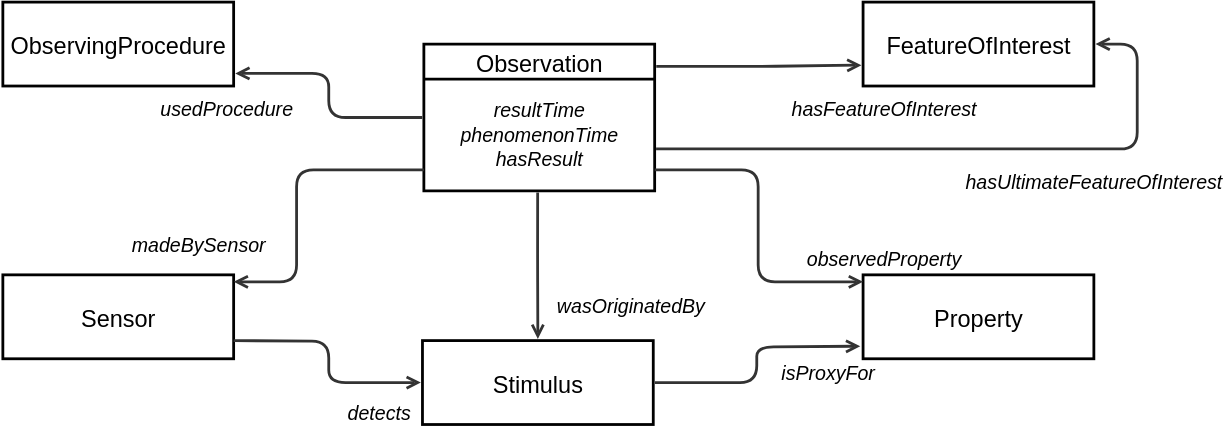
The draw.io diagram ssn/images/Observation-overview.svg in w3c/sdw-sosa-ssn, before a commit. Source tidied: cells renumbered, new cells last; positions are measured from the earlier drawing's top-left corner, leaving out a move shared by most shapes. The source it was exported from:
```xml
<mxGraphModel>
  <root>
    <mxCell id="0" />
    <mxCell id="1" parent="0" />
    <mxCell id="2" value="FeatureOfInterest" style="html=1;overflow=block;blockSpacing=1;whiteSpace=wrap;fontSize=16.8;align=center;spacing=0;strokeOpacity=100;fillColor=none;strokeWidth=2;fontColor=default;convertToSvg=1;" parent="1" vertex="1">
      <mxGeometry x="615" width="165" height="60" as="geometry" />
    </mxCell>
    <mxCell id="3" value="ObservingProcedure" style="html=1;overflow=block;blockSpacing=1;whiteSpace=wrap;fontSize=16.8;align=center;spacing=0;strokeOpacity=100;fillColor=none;strokeWidth=2;fontColor=default;convertToSvg=1;" parent="1" vertex="1">
      <mxGeometry width="165" height="60" as="geometry" />
    </mxCell>
    <mxCell id="4" style="html=1;jettySize=18;whiteSpace=wrap;fontSize=13;strokeColor=#333333;strokeOpacity=100;strokeWidth=2;rounded=1;arcSize=24;edgeStyle=orthogonalEdgeStyle;startArrow=none;endArrow=open;exitX=1.007;exitY=0.152;exitPerimeter=0;entryX=-0.007;entryY=0.751;entryPerimeter=0;lucidId=~07gIvk_i6wY;fontColor=default;convertToSvg=1;" parent="1" edge="1" source="6" target="2">
      <mxGeometry relative="1" as="geometry" />
    </mxCell>
    <mxCell id="5" value="hasFeatureOfInterest" style="html=1;overflow=block;blockSpacing=1;whiteSpace=wrap;fontSize=14;fontColor=default;fontStyle=2;align=center;spacing=0;strokeColor=none;strokeOpacity=100;fillOpacity=100;fillColor=none;strokeWidth=2;lucidId=o17gQQJ62XIS;convertToSvg=1;" parent="1" vertex="1">
      <mxGeometry x="540" y="53" width="180" height="45" as="geometry" />
    </mxCell>
    <mxCell id="6" value="Observation" style="html=1;overflow=block;blockSpacing=1;swimlane;horizontal=1;fontStyle=0;swimlaneFillColor=none;startSize=25;whiteSpace=wrap;fontSize=16.8;align=center;spacing=0;strokeOpacity=100;fillColor=none;strokeWidth=2;fontColor=default;convertToSvg=1;" parent="1" vertex="1">
      <mxGeometry x="301" y="30" width="165" height="105" as="geometry" />
    </mxCell>
    <mxCell id="7" value="&lt;div style=&quot;display: flex; justify-content: center; text-align: center; align-items: baseline; line-height: 1.25; margin-top: -2px;&quot;&gt;&lt;span style=&quot;font-style: italic;&quot;&gt;&lt;font style=&quot;font-size: 14px;&quot;&gt;resultTime&lt;br&gt;&lt;/font&gt;&lt;/span&gt;&lt;/div&gt;&lt;div style=&quot;display: flex; justify-content: center; text-align: center; align-items: baseline; line-height: 1.25; margin-top: -2px;&quot;&gt;&lt;span&gt;&lt;span style=&quot;font-style: italic;&quot;&gt;&lt;font style=&quot;font-size: 14px;&quot;&gt;phenomenonTime&lt;br&gt;&lt;/font&gt;&lt;/span&gt;&lt;/span&gt;&lt;/div&gt;&lt;div style=&quot;display: flex; justify-content: center; text-align: center; align-items: baseline; line-height: 1.25; margin-top: -2px;&quot;&gt;&lt;span style=&quot;font-style: italic;&quot;&gt;&lt;font style=&quot;font-size: 14px;&quot;&gt;hasResult&lt;/font&gt;&lt;/span&gt;&lt;/div&gt;" style="html=1;strokeColor=none;fillColor=none;verticalAlign=middle;spacingLeft=4;spacingRight=4;overflow=hidden;points=[[0,0.5],[1,0.5]];portConstraint=eastwest;swimlaneFillColor=#unset;strokeOpacity=100;whiteSpace=wrap;fontSize=15.2;fontStyle=2;align=center;fontColor=default;convertToSvg=1;strokeWidth=2;" parent="6" vertex="1">
      <mxGeometry y="25" width="165" height="80" as="geometry" />
    </mxCell>
    <mxCell id="8" value="Sensor" style="html=1;overflow=block;blockSpacing=1;whiteSpace=wrap;fontSize=16.8;align=center;spacing=0;strokeOpacity=100;fillColor=none;strokeWidth=2;fontColor=default;convertToSvg=1;" parent="1" vertex="1">
      <mxGeometry y="195" width="165" height="60" as="geometry" />
    </mxCell>
    <mxCell id="9" style="html=1;jettySize=18;whiteSpace=wrap;fontSize=13;strokeColor=#333333;strokeOpacity=100;strokeWidth=2;rounded=1;arcSize=24;edgeStyle=orthogonalEdgeStyle;startArrow=none;endArrow=open;lucidId=pEnhoM4dJrAu;fontColor=default;convertToSvg=1;" parent="1" edge="1" source="7" target="8">
      <mxGeometry relative="1" as="geometry">
        <Array as="points">
          <mxPoint x="210" y="120" />
          <mxPoint x="210" y="200" />
        </Array>
      </mxGeometry>
    </mxCell>
    <mxCell id="10" value="madeBySensor" style="html=1;overflow=block;blockSpacing=1;whiteSpace=wrap;fontSize=14;fontColor=default;fontStyle=2;align=center;spacing=0;strokeColor=none;strokeOpacity=100;fillOpacity=100;fillColor=none;strokeWidth=2;lucidId=REnh4P5LXUKC;convertToSvg=1;" parent="1" vertex="1">
      <mxGeometry x="50" y="150" width="180" height="45" as="geometry" />
    </mxCell>
    <mxCell id="11" style="html=1;jettySize=18;whiteSpace=wrap;fontSize=13;strokeColor=#333333;strokeOpacity=100;strokeWidth=2;rounded=1;arcSize=24;edgeStyle=orthogonalEdgeStyle;startArrow=none;endArrow=open;exitX=-0.007;exitY=0.5;exitPerimeter=0;entryX=1.007;entryY=0.85;entryPerimeter=0;lucidId=_EnhHLSaz8x5;fontColor=default;convertToSvg=1;" parent="1" edge="1" source="6" target="3">
      <mxGeometry relative="1" as="geometry" />
    </mxCell>
    <mxCell id="12" value="usedProcedure" style="html=1;overflow=block;blockSpacing=1;whiteSpace=wrap;fontSize=14;fontColor=default;fontStyle=2;align=center;spacing=0;strokeColor=none;strokeOpacity=100;fillOpacity=100;fillColor=none;strokeWidth=2;lucidId=pFnhXCzcV6r5;convertToSvg=1;" parent="1" vertex="1">
      <mxGeometry x="70" y="53" width="180" height="45" as="geometry" />
    </mxCell>
    <mxCell id="13" value="Property" style="html=1;overflow=block;blockSpacing=1;whiteSpace=wrap;fontSize=16.8;align=center;spacing=0;strokeOpacity=100;fillColor=none;strokeWidth=2;fontColor=default;convertToSvg=1;" parent="1" vertex="1">
      <mxGeometry x="615" y="195" width="165" height="60" as="geometry" />
    </mxCell>
    <mxCell id="14" style="html=1;jettySize=18;whiteSpace=wrap;fontSize=13;strokeColor=#333333;strokeOpacity=100;strokeWidth=2;rounded=1;arcSize=24;edgeStyle=orthogonalEdgeStyle;startArrow=none;endArrow=open;lucidId=rHnhzhYCxNac;fontColor=default;convertToSvg=1;" parent="1" edge="1" source="7" target="13">
      <mxGeometry relative="1" as="geometry">
        <Array as="points">
          <mxPoint x="540" y="120" />
          <mxPoint x="540" y="200" />
        </Array>
      </mxGeometry>
    </mxCell>
    <mxCell id="15" value="observedProperty" style="html=1;overflow=block;blockSpacing=1;whiteSpace=wrap;fontSize=14;fontColor=default;fontStyle=2;align=center;spacing=0;strokeColor=none;strokeOpacity=100;fillOpacity=100;fillColor=none;strokeWidth=2;lucidId=uHnhI1piTKAt;convertToSvg=1;" parent="1" vertex="1">
      <mxGeometry x="540" y="160" width="180" height="45" as="geometry" />
    </mxCell>
    <mxCell id="16" value="hasUltimateFeatureOfInterest" style="html=1;overflow=block;blockSpacing=1;whiteSpace=wrap;fontSize=14;fontColor=default;fontStyle=2;align=center;spacing=0;strokeColor=none;strokeOpacity=100;fillOpacity=100;fillColor=none;strokeWidth=2;lucidId=6BohEpO367qT;convertToSvg=1;" parent="1" vertex="1">
      <mxGeometry x="690" y="105" width="180" height="45" as="geometry" />
    </mxCell>
    <mxCell id="17" style="html=1;jettySize=18;whiteSpace=wrap;fontSize=13;strokeColor=#333333;strokeOpacity=100;strokeWidth=2;rounded=1;arcSize=24;edgeStyle=orthogonalEdgeStyle;startArrow=none;endArrow=open;entryX=1.007;entryY=0.5;entryPerimeter=0;lucidId=6BohYQ~8N4yf;fontColor=default;convertToSvg=1;" parent="1" edge="1" target="2">
      <mxGeometry relative="1" as="geometry">
        <mxPoint x="467" y="105" as="sourcePoint" />
        <Array as="points">
          <mxPoint x="811" y="105" />
          <mxPoint x="811" y="30" />
        </Array>
      </mxGeometry>
    </mxCell>
    <mxCell id="18" value="Stimulus" style="html=1;overflow=block;blockSpacing=1;whiteSpace=wrap;fontSize=16.8;align=center;spacing=0;strokeOpacity=100;fillColor=none;strokeWidth=2;fontColor=default;convertToSvg=1;" parent="1" vertex="1">
      <mxGeometry x="300" y="242" width="165" height="60" as="geometry" />
    </mxCell>
    <mxCell id="19" style="html=1;jettySize=18;whiteSpace=wrap;fontSize=13;strokeColor=#333333;strokeOpacity=100;strokeWidth=2;rounded=1;arcSize=24;edgeStyle=orthogonalEdgeStyle;startArrow=none;endArrow=open;exitX=0.493;exitY=1.011;exitPerimeter=0;entryX=0.5;entryY=-0.019;entryPerimeter=0;lucidId=GVGifJTZcuMY;fontColor=default;convertToSvg=1;" parent="1" edge="1" source="6" target="18">
      <mxGeometry relative="1" as="geometry" />
    </mxCell>
    <mxCell id="20" style="html=1;jettySize=18;whiteSpace=wrap;fontSize=13;strokeColor=#333333;strokeOpacity=100;strokeWidth=2;rounded=1;arcSize=24;edgeStyle=orthogonalEdgeStyle;startArrow=none;endArrow=open;entryX=-0.007;entryY=0.5;entryPerimeter=0;lucidId=GVGiPQym3tr0;fontColor=default;convertToSvg=1;" parent="1" edge="1" target="18">
      <mxGeometry relative="1" as="geometry">
        <mxPoint x="165" y="242" as="sourcePoint" />
      </mxGeometry>
    </mxCell>
    <mxCell id="21" value="wasOriginatedBy" style="html=1;overflow=block;blockSpacing=1;whiteSpace=wrap;fontSize=14;fontColor=default;fontStyle=2;align=center;spacing=0;strokeColor=none;strokeOpacity=100;fillOpacity=100;fillColor=none;strokeWidth=2;lucidId=GVGibzVyvxxc;convertToSvg=1;" parent="1" vertex="1">
      <mxGeometry x="359" y="194" width="180" height="45" as="geometry" />
    </mxCell>
    <mxCell id="22" value="detects" style="html=1;overflow=block;blockSpacing=1;whiteSpace=wrap;fontSize=14;fontColor=default;fontStyle=2;align=center;spacing=0;strokeColor=none;strokeOpacity=100;fillOpacity=100;fillColor=none;strokeWidth=2;lucidId=GVGija.rCsO8;convertToSvg=1;" parent="1" vertex="1">
      <mxGeometry x="179" y="270" width="180" height="45" as="geometry" />
    </mxCell>
    <mxCell id="23" style="html=1;jettySize=18;whiteSpace=wrap;fontSize=13;strokeColor=#333333;strokeOpacity=100;strokeWidth=2;rounded=1;arcSize=24;edgeStyle=orthogonalEdgeStyle;startArrow=none;endArrow=open;exitX=1.007;exitY=0.5;exitPerimeter=0;lucidId=GVGi87ktYdf_;fontColor=default;convertToSvg=1;" parent="1" edge="1" source="18">
      <mxGeometry relative="1" as="geometry">
        <mxPoint x="613" y="246" as="targetPoint" />
      </mxGeometry>
    </mxCell>
    <mxCell id="24" value="isProxyFor" style="html=1;overflow=block;blockSpacing=1;whiteSpace=wrap;fontSize=14;fontColor=default;fontStyle=2;align=center;spacing=0;strokeColor=none;strokeOpacity=100;fillOpacity=100;fillColor=none;strokeWidth=2;lucidId=GVGim0D8ubtx;convertToSvg=1;" parent="1" vertex="1">
      <mxGeometry x="500" y="242" width="180" height="45" as="geometry" />
    </mxCell>
  </root>
</mxGraphModel>
```
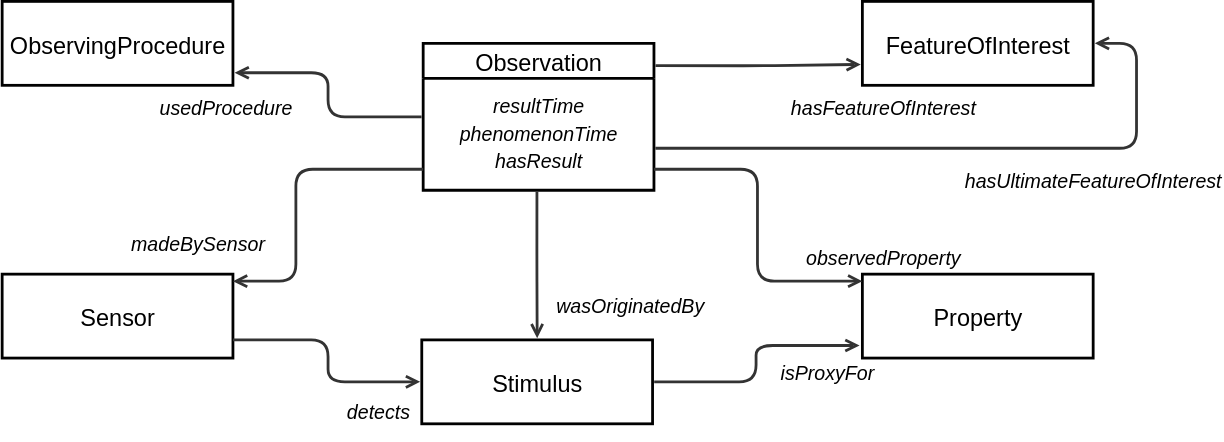
The same file after the commit.

The edit, as a diff of the source:
```diff
@@ -17,7 +17,7 @@
     <mxCell id="6" value="Observation" style="html=1;overflow=block;blockSpacing=1;swimlane;horizontal=1;fontStyle=0;swimlaneFillColor=none;startSize=25;whiteSpace=wrap;fontSize=16.8;align=center;spacing=0;strokeOpacity=100;fillColor=none;strokeWidth=2;fontColor=default;convertToSvg=1;" parent="1" vertex="1">
       <mxGeometry x="301" y="30" width="165" height="105" as="geometry" />
     </mxCell>
-    <mxCell id="7" value="&lt;div style=&quot;display: flex; justify-content: center; text-align: center; align-items: baseline; line-height: 1.25; margin-top: -2px;&quot;&gt;&lt;span style=&quot;font-style: italic;&quot;&gt;&lt;font style=&quot;font-size: 14px;&quot;&gt;resultTime&lt;br&gt;&lt;/font&gt;&lt;/span&gt;&lt;/div&gt;&lt;div style=&quot;display: flex; justify-content: center; text-align: center; align-items: baseline; line-height: 1.25; margin-top: -2px;&quot;&gt;&lt;span&gt;&lt;span style=&quot;font-style: italic;&quot;&gt;&lt;font style=&quot;font-size: 14px;&quot;&gt;phenomenonTime&lt;br&gt;&lt;/font&gt;&lt;/span&gt;&lt;/span&gt;&lt;/div&gt;&lt;div style=&quot;display: flex; justify-content: center; text-align: center; align-items: baseline; line-height: 1.25; margin-top: -2px;&quot;&gt;&lt;span style=&quot;font-style: italic;&quot;&gt;&lt;font style=&quot;font-size: 14px;&quot;&gt;hasResult&lt;/font&gt;&lt;/span&gt;&lt;/div&gt;" style="html=1;strokeColor=none;fillColor=none;verticalAlign=middle;spacingLeft=4;spacingRight=4;overflow=hidden;points=[[0,0.5],[1,0.5]];portConstraint=eastwest;swimlaneFillColor=#unset;strokeOpacity=100;whiteSpace=wrap;fontSize=15.2;fontStyle=2;align=center;fontColor=default;convertToSvg=1;strokeWidth=2;" parent="6" vertex="1">
+    <mxCell id="7" value="&lt;div style=&quot;display: flex; justify-content: center; text-align: center; align-items: baseline; line-height: 1.25; margin-top: -2px;&quot;&gt;&lt;span style=&quot;font-style: italic;&quot;&gt;&lt;font style=&quot;font-size: 14px;&quot;&gt;resultTime&lt;br&gt;&lt;/font&gt;&lt;span style=&quot;font-size: 14px; background-color: transparent; color: light-dark(rgb(0, 0, 0), rgb(255, 255, 255));&quot;&gt;phenomenonTime&lt;br&gt;&lt;/span&gt;&lt;span style=&quot;font-size: 14px; background-color: transparent; color: light-dark(rgb(0, 0, 0), rgb(255, 255, 255));&quot;&gt;hasResult&lt;/span&gt;&lt;/span&gt;&lt;/div&gt;" style="html=1;strokeColor=none;fillColor=none;verticalAlign=middle;spacingLeft=4;spacingRight=4;overflow=hidden;points=[[0,0.5],[1,0.5]];portConstraint=eastwest;swimlaneFillColor=#unset;strokeOpacity=100;whiteSpace=wrap;fontSize=15.2;fontStyle=2;align=center;fontColor=default;convertToSvg=1;strokeWidth=2;" parent="6" vertex="1">
       <mxGeometry y="25" width="165" height="80" as="geometry" />
     </mxCell>
     <mxCell id="8" value="Sensor" style="html=1;overflow=block;blockSpacing=1;whiteSpace=wrap;fontSize=16.8;align=center;spacing=0;strokeOpacity=100;fillColor=none;strokeWidth=2;fontColor=default;convertToSvg=1;" parent="1" vertex="1">
```
